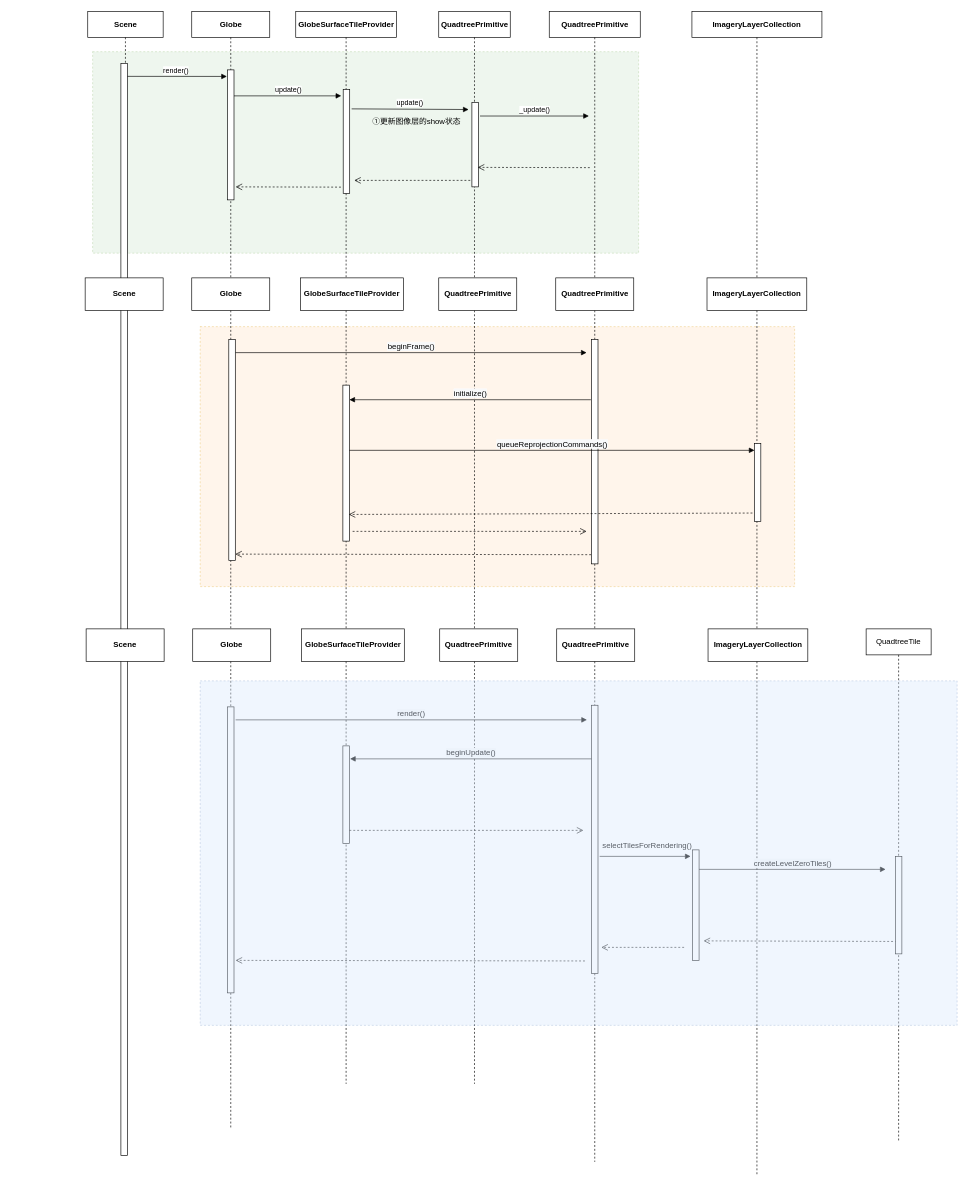
The draw.io diagram page "1)update" (1 of 4) of doc/栅格瓦片加载.drawio in GIS-youxia/cesium-demo-3, before the edit. Source tidied: cells renumbered, new cells numbered last; positions are measured from the earlier drawing's top-left corner, leaving out a move shared by most shapes. Both pictures are drawn from the tidied source at 65%, with x=0, y=0 at pixel (84, 11).
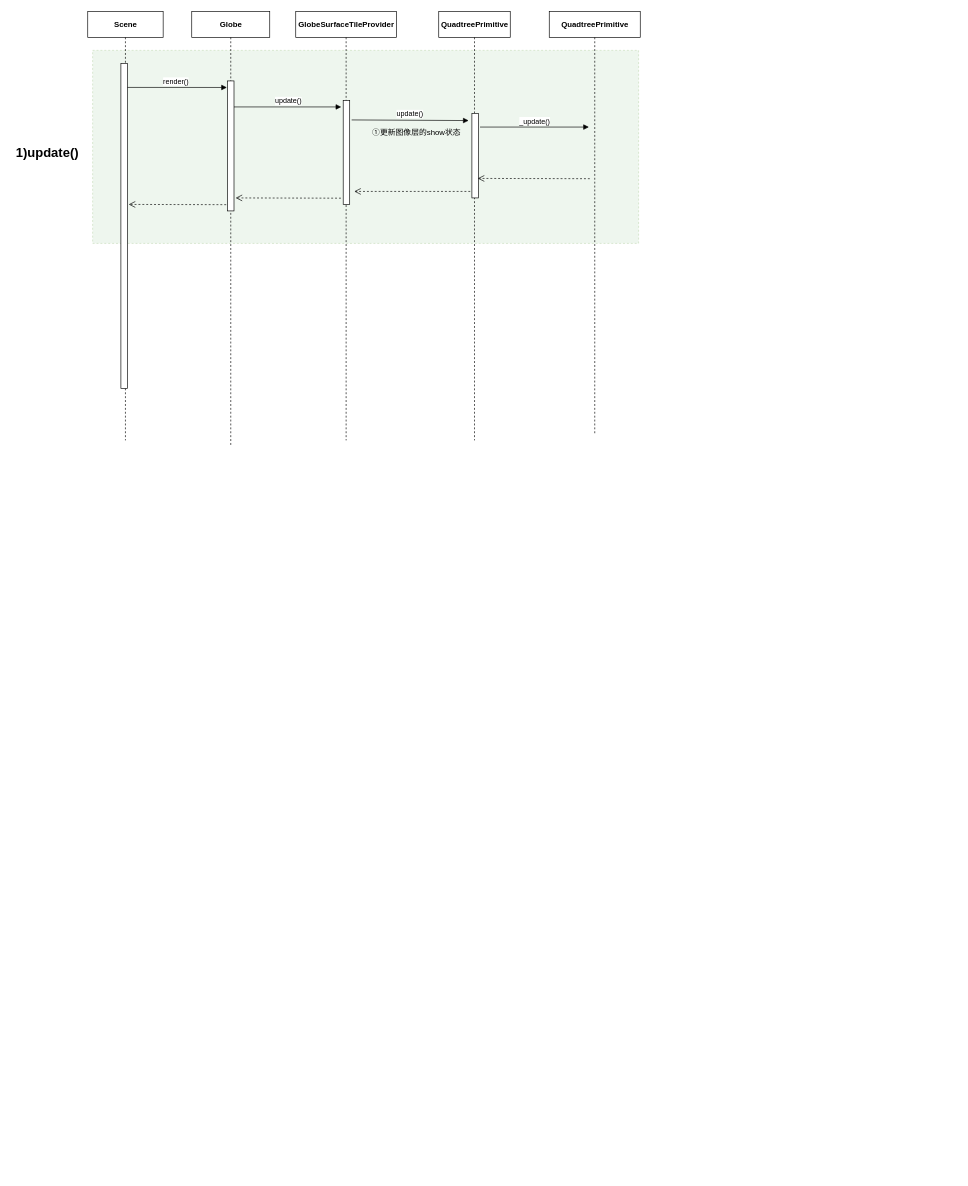
Above is the later version.

What changed in the source:
```diff
@@
-    <mxCell id="2" style="rounded=0;whiteSpace=wrap;html=1;labelBackgroundColor=none;labelBorderColor=none;fillColor=#ffe6cc;dashed=1;strokeColor=#d79b00;opacity=40;" parent="1" vertex="1">
-      <mxGeometry x="177.5" y="485" width="914.5" height="400" as="geometry" />
-    </mxCell>
     <mxCell id="3" style="rounded=0;whiteSpace=wrap;html=1;labelBackgroundColor=none;labelBorderColor=none;fillColor=#d5e8d4;dashed=1;strokeColor=#82b366;opacity=40;" parent="1" vertex="1">
-      <mxGeometry x="12" y="62" width="840" height="310" as="geometry" />
+      <mxGeometry x="12" y="60" width="840" height="297" as="geometry" />
     </mxCell>
     <mxCell id="4" value="render()" style="html=1;verticalAlign=bottom;endArrow=block;rounded=0;entryX=0.267;entryY=0.123;entryDx=0;entryDy=0;entryPerimeter=0;" parent="1" edge="1">
       <mxGeometry relative="1" as="geometry">
-        <mxPoint x="61.5" y="100" as="sourcePoint" />
-        <mxPoint x="218.6" y="100.1" as="targetPoint" />
+        <mxPoint x="61.5" y="117" as="sourcePoint" />
+        <mxPoint x="218.6" y="117.1" as="targetPoint" />
       </mxGeometry>
     </mxCell>
     <mxCell id="5" value="Scene" style="shape=umlLifeline;perimeter=lifelinePerimeter;whiteSpace=wrap;html=1;strokeWidth=1;fontStyle=1;" parent="1" vertex="1">
-      <mxGeometry x="4.5" width="116" height="1760" as="geometry" />
+      <mxGeometry x="4.5" width="116" height="660" as="geometry" />
     </mxCell>
     <mxCell id="6" style="html=1;perimeter=orthogonalPerimeter;" parent="5" vertex="1">
-      <mxGeometry x="51" y="80" width="10" height="1680" as="geometry" />
+      <mxGeometry x="51" y="80" width="10" height="500" as="geometry" />
     </mxCell>
-    <mxCell id="7" value="&lt;span style=&quot;font-weight: 700;&quot;&gt;Scene&lt;/span&gt;" style="rounded=0;whiteSpace=wrap;html=1;labelBackgroundColor=none;labelBorderColor=none;fontColor=#000000;strokeColor=#000000;strokeWidth=1;fillColor=#FFFFFF;" parent="5" vertex="1">
-      <mxGeometry x="-4" y="410" width="120" height="50" as="geometry" />
-    </mxCell>
+    <mxCell id="60" style="html=1;verticalAlign=bottom;endArrow=open;dashed=1;endSize=8;rounded=0;exitX=-0.05;exitY=0.924;exitDx=0;exitDy=0;exitPerimeter=0;" parent="5" edge="1">
+      <mxGeometry relative="1" as="geometry">
+        <mxPoint x="225" y="297.4" as="sourcePoint" />
+        <mxPoint x="63" y="297" as="targetPoint" />
+      </mxGeometry>
+    </mxCell>
     <mxCell id="8" value="update()" style="html=1;verticalAlign=bottom;endArrow=block;rounded=0;" parent="1" edge="1" source="10">
       <mxGeometry relative="1" as="geometry">
-        <mxPoint x="394.5" y="130" as="targetPoint" />
+        <mxPoint x="394.5" y="147" as="targetPoint" />
       </mxGeometry>
     </mxCell>
     <mxCell id="9" value="Globe" style="shape=umlLifeline;perimeter=lifelinePerimeter;whiteSpace=wrap;html=1;fontStyle=1;" parent="1" vertex="1">
-      <mxGeometry x="164.5" width="120" height="1720" as="geometry" />
+      <mxGeometry x="164.5" width="120" height="670" as="geometry" />
     </mxCell>
     <mxCell id="10" style="html=1;points=[];perimeter=orthogonalPerimeter;" parent="9" vertex="1">
-      <mxGeometry x="55" y="90" width="10" height="200" as="geometry" />
+      <mxGeometry x="55" y="107" width="10" height="200" as="geometry" />
     </mxCell>
-    <mxCell id="11" value="&lt;span style=&quot;font-weight: 700;&quot;&gt;Globe&lt;/span&gt;" style="rounded=0;whiteSpace=wrap;html=1;labelBackgroundColor=none;labelBorderColor=none;fontColor=#000000;strokeColor=#000000;strokeWidth=1;fillColor=#FFFFFF;" parent="9" vertex="1">
-      <mxGeometry y="410" width="120" height="50" as="geometry" />
-    </mxCell>
-    <mxCell id="12" style="html=1;perimeter=orthogonalPerimeter;" parent="9" vertex="1">
-      <mxGeometry x="55" y="1070" width="10" height="440" as="geometry" />
-    </mxCell>
     <mxCell id="13" value="GlobeSurfaceTileProvider" style="shape=umlLifeline;perimeter=lifelinePerimeter;whiteSpace=wrap;html=1;labelBackgroundColor=none;labelBorderColor=none;align=center;size=40;fontStyle=1;" parent="1" vertex="1">
-      <mxGeometry x="324.5" width="155" height="1650" as="geometry" />
+      <mxGeometry x="324.5" width="155" height="660" as="geometry" />
     </mxCell>
     <mxCell id="14" style="html=1;perimeter=orthogonalPerimeter;" parent="13" vertex="1">
-      <mxGeometry x="73" y="120" width="10" height="160" as="geometry" />
+      <mxGeometry x="73" y="137" width="10" height="160" as="geometry" />
     </mxCell>
-    <mxCell id="15" style="html=1;verticalAlign=bottom;endArrow=open;dashed=1;endSize=8;rounded=0;" parent="13" edge="1" source="21">
+    <mxCell id="15" style="html=1;verticalAlign=bottom;endArrow=open;dashed=1;endSize=8;rounded=0;" parent="13" edge="1">
       <mxGeometry relative="1" as="geometry">
-        <mxPoint x="90" y="260" as="targetPoint" />
+        <mxPoint x="274.5" y="277" as="sourcePoint" />
+        <mxPoint x="90" y="277" as="targetPoint" />
       </mxGeometry>
     </mxCell>
-    <mxCell id="16" value="&lt;span style=&quot;font-weight: 700;&quot;&gt;GlobeSurfaceTileProvider&lt;/span&gt;" style="rounded=0;whiteSpace=wrap;html=1;labelBackgroundColor=none;labelBorderColor=none;fontColor=#000000;strokeColor=#000000;strokeWidth=1;fillColor=#FFFFFF;" parent="13" vertex="1">
-      <mxGeometry x="7.5" y="410" width="158" height="50" as="geometry" />
-    </mxCell>
-    <mxCell id="17" value="&lt;span style=&quot;font-size: 12px; text-align: left; background-color: rgb(248, 249, 250);&quot;&gt;render()&lt;/span&gt;" style="html=1;verticalAlign=bottom;endArrow=block;rounded=0;" parent="13" edge="1">
-      <mxGeometry relative="1" as="geometry">
-        <mxPoint x="-92.5" y="1090" as="sourcePoint" />
-        <mxPoint x="448" y="1090" as="targetPoint" />
-      </mxGeometry>
-    </mxCell>
-    <mxCell id="18" style="html=1;perimeter=orthogonalPerimeter;" parent="13" vertex="1">
-      <mxGeometry x="72.5" y="1130" width="10" height="150" as="geometry" />
-    </mxCell>
     <mxCell id="19" value="update()" style="html=1;verticalAlign=bottom;endArrow=block;rounded=0;fontColor=#000000;" parent="1" edge="1">
       <mxGeometry relative="1" as="geometry">
-        <mxPoint x="410.5" y="150" as="sourcePoint" />
-        <mxPoint x="590.5" y="151" as="targetPoint" />
+        <mxPoint x="410.5" y="167" as="sourcePoint" />
+        <mxPoint x="590.5" y="168" as="targetPoint" />
       </mxGeometry>
     </mxCell>
     <mxCell id="20" value="&lt;span style=&quot;text-align: left;&quot;&gt;①更新图像层的show状态&lt;/span&gt;" style="text;html=1;align=center;verticalAlign=middle;strokeColor=none;fillColor=none;fontColor=#000000;" parent="1" vertex="1">
-      <mxGeometry x="434.5" y="160" width="150" height="20" as="geometry" />
+      <mxGeometry x="434.5" y="177" width="150" height="20" as="geometry" />
     </mxCell>
     <mxCell id="21" value="&lt;span style=&quot;text-align: left;&quot;&gt;QuadtreePrimitive&lt;/span&gt;" style="shape=umlLifeline;perimeter=lifelinePerimeter;whiteSpace=wrap;html=1;outlineConnect=0;labelBackgroundColor=none;labelBorderColor=none;fontColor=#000000;fontStyle=1;" parent="1" vertex="1">
-      <mxGeometry x="544.5" width="110" height="1650" as="geometry" />
+      <mxGeometry x="544.5" width="110" height="660" as="geometry" />
     </mxCell>
     <mxCell id="22" style="html=1;perimeter=orthogonalPerimeter;" parent="21" vertex="1">
-      <mxGeometry x="51" y="140" width="10" height="130" as="geometry" />
+      <mxGeometry x="51" y="157" width="10" height="130" as="geometry" />
     </mxCell>
     <mxCell id="23" value="_update()" style="html=1;verticalAlign=bottom;endArrow=block;rounded=0;fontColor=#000000;" parent="21" edge="1">
       <mxGeometry relative="1" as="geometry">
-        <mxPoint x="63.5" y="161" as="sourcePoint" />
-        <mxPoint x="231" y="161" as="targetPoint" />
+        <mxPoint x="63.5" y="178" as="sourcePoint" />
+        <mxPoint x="231" y="178" as="targetPoint" />
       </mxGeometry>
     </mxCell>
     <mxCell id="24" style="html=1;verticalAlign=bottom;endArrow=open;dashed=1;endSize=8;rounded=0;exitX=-0.05;exitY=0.924;exitDx=0;exitDy=0;exitPerimeter=0;" parent="21" edge="1">
       <mxGeometry relative="1" as="geometry">
-        <mxPoint x="232.4" y="240.4" as="sourcePoint" />
-        <mxPoint x="60" y="240" as="targetPoint" />
+        <mxPoint x="232.4" y="257.4" as="sourcePoint" />
+        <mxPoint x="60" y="257" as="targetPoint" />
       </mxGeometry>
     </mxCell>
-    <mxCell id="25" value="&lt;span style=&quot;font-weight: 700; text-align: left;&quot;&gt;QuadtreePrimitive&lt;/span&gt;" style="rounded=0;whiteSpace=wrap;html=1;labelBackgroundColor=none;labelBorderColor=none;fontColor=#000000;strokeColor=#000000;strokeWidth=1;fillColor=#FFFFFF;" parent="21" vertex="1">
-      <mxGeometry y="410" width="120" height="50" as="geometry" />
-    </mxCell>
-    <mxCell id="26" style="html=1;verticalAlign=bottom;endArrow=open;dashed=1;endSize=8;rounded=0;exitX=-0.06;exitY=0.959;exitDx=0;exitDy=0;exitPerimeter=0;" parent="21" edge="1">
-      <mxGeometry relative="1" as="geometry">
-        <mxPoint x="224.9" y="1460.9" as="sourcePoint" />
-        <mxPoint x="-312.5" y="1460" as="targetPoint" />
-      </mxGeometry>
-    </mxCell>
-    <mxCell id="27" value="&lt;span style=&quot;text-align: left;&quot;&gt;ImageryLayerCollection&lt;/span&gt;" style="shape=umlLifeline;perimeter=lifelinePerimeter;whiteSpace=wrap;html=1;labelBackgroundColor=none;labelBorderColor=none;fontColor=#000000;fontStyle=1;" parent="1" vertex="1">
-      <mxGeometry x="934" width="200" height="1790" as="geometry" />
-    </mxCell>
-    <mxCell id="28" value="&lt;span style=&quot;font-weight: 700; text-align: left;&quot;&gt;ImageryLayerCollection&lt;/span&gt;" style="rounded=0;whiteSpace=wrap;html=1;labelBackgroundColor=none;labelBorderColor=none;fontColor=#000000;strokeColor=#000000;strokeWidth=1;fillColor=#FFFFFF;" parent="27" vertex="1">
-      <mxGeometry x="23.2" y="410" width="153.5" height="50" as="geometry" />
-    </mxCell>
-    <mxCell id="29" style="html=1;points=[];perimeter=orthogonalPerimeter;" parent="27" vertex="1">
-      <mxGeometry x="96" y="665" width="10" height="120" as="geometry" />
-    </mxCell>
-    <mxCell id="30" style="html=1;verticalAlign=bottom;endArrow=block;rounded=0;" parent="27" edge="1">
-      <mxGeometry relative="1" as="geometry">
-        <mxPoint x="-142" y="1300" as="sourcePoint" />
-        <mxPoint x="-2" y="1300" as="targetPoint" />
-      </mxGeometry>
-    </mxCell>
-    <mxCell id="31" style="html=1;perimeter=orthogonalPerimeter;" parent="27" vertex="1">
-      <mxGeometry x="1" y="1290" width="10" height="170" as="geometry" />
-    </mxCell>
-    <mxCell id="32" style="html=1;verticalAlign=bottom;endArrow=open;dashed=1;endSize=8;rounded=0;exitX=-0.06;exitY=0.959;exitDx=0;exitDy=0;exitPerimeter=0;" parent="27" edge="1">
-      <mxGeometry relative="1" as="geometry">
-        <mxPoint x="315.4" y="1430.9" as="sourcePoint" />
-        <mxPoint x="18" y="1430" as="targetPoint" />
-      </mxGeometry>
-    </mxCell>
     <mxCell id="33" style="html=1;verticalAlign=bottom;endArrow=open;dashed=1;endSize=8;rounded=0;exitX=-0.05;exitY=0.924;exitDx=0;exitDy=0;exitPerimeter=0;" parent="1" edge="1">
       <mxGeometry relative="1" as="geometry">
-        <mxPoint x="394" y="270.4" as="sourcePoint" />
-        <mxPoint x="232" y="270" as="targetPoint" />
+        <mxPoint x="394" y="287.4" as="sourcePoint" />
+        <mxPoint x="232" y="287" as="targetPoint" />
       </mxGeometry>
     </mxCell>
     <mxCell id="34" value="&lt;span style=&quot;text-align: left;&quot;&gt;QuadtreePrimitive&lt;/span&gt;" style="shape=umlLifeline;perimeter=lifelinePerimeter;whiteSpace=wrap;html=1;labelBackgroundColor=none;labelBorderColor=none;fontColor=#000000;fontStyle=1;" parent="1" vertex="1">
-      <mxGeometry x="714.5" width="140" height="1770" as="geometry" />
+      <mxGeometry x="714.5" width="140" height="650" as="geometry" />
     </mxCell>
-    <mxCell id="35" value="&lt;span style=&quot;font-weight: 700; text-align: left;&quot;&gt;QuadtreePrimitive&lt;/span&gt;" style="rounded=0;whiteSpace=wrap;html=1;labelBackgroundColor=none;labelBorderColor=none;fontColor=#000000;strokeColor=#000000;strokeWidth=1;fillColor=#FFFFFF;" parent="34" vertex="1">
-      <mxGeometry x="10" y="410" width="120" height="50" as="geometry" />
-    </mxCell>
-    <mxCell id="36" style="html=1;perimeter=orthogonalPerimeter;" parent="34" vertex="1">
-      <mxGeometry x="65" y="1067.5" width="10" height="412.5" as="geometry" />
-    </mxCell>
-    <mxCell id="37" style="html=1;points=[];perimeter=orthogonalPerimeter;" parent="1" vertex="1">
-      <mxGeometry x="397" y="575" width="10" height="240" as="geometry" />
-    </mxCell>
-    <mxCell id="38" style="html=1;verticalAlign=bottom;endArrow=open;dashed=1;endSize=8;rounded=0;exitX=-0.06;exitY=0.959;exitDx=0;exitDy=0;exitPerimeter=0;" parent="1" edge="1" source="39">
-      <mxGeometry relative="1" as="geometry">
-        <mxPoint x="231.5" y="835" as="targetPoint" />
-      </mxGeometry>
-    </mxCell>
-    <mxCell id="39" style="html=1;points=[];perimeter=orthogonalPerimeter;" parent="1" vertex="1">
-      <mxGeometry x="779.5" y="505" width="10" height="345" as="geometry" />
-    </mxCell>
-    <mxCell id="40" value="&lt;span style=&quot;font-size: 12px; text-align: left; background-color: rgb(248, 249, 250);&quot;&gt;initialize()&lt;/span&gt;" style="html=1;verticalAlign=bottom;endArrow=block;rounded=0;exitX=-0.1;exitY=0.268;exitDx=0;exitDy=0;exitPerimeter=0;" parent="1" edge="1" source="39" target="37">
-      <mxGeometry relative="1" as="geometry" />
-    </mxCell>
-    <mxCell id="41" value="&lt;span style=&quot;font-size: 12px; text-align: left; background-color: rgb(248, 249, 250);&quot;&gt;beginFrame()&lt;/span&gt;" style="html=1;verticalAlign=bottom;endArrow=block;rounded=0;" parent="1" edge="1" source="45">
-      <mxGeometry relative="1" as="geometry">
-        <mxPoint x="772" y="525" as="targetPoint" />
-      </mxGeometry>
-    </mxCell>
-    <mxCell id="42" value="&lt;span style=&quot;font-size: 12px; text-align: left; background-color: rgb(248, 249, 250);&quot;&gt;queueReprojectionCommands()&lt;/span&gt;" style="html=1;verticalAlign=bottom;endArrow=block;rounded=0;entryX=0.029;entryY=0.086;entryDx=0;entryDy=0;entryPerimeter=0;" parent="1" edge="1" source="37" target="29">
-      <mxGeometry relative="1" as="geometry" />
-    </mxCell>
-    <mxCell id="43" style="html=1;verticalAlign=bottom;endArrow=open;dashed=1;endSize=8;rounded=0;exitX=-0.289;exitY=0.89;exitDx=0;exitDy=0;exitPerimeter=0;entryX=0.9;entryY=0.829;entryDx=0;entryDy=0;entryPerimeter=0;" parent="1" edge="1" source="29" target="37">
-      <mxGeometry relative="1" as="geometry" />
-    </mxCell>
-    <mxCell id="44" style="html=1;verticalAlign=bottom;endArrow=open;dashed=1;endSize=8;rounded=0;" parent="1" edge="1">
-      <mxGeometry relative="1" as="geometry">
-        <mxPoint x="412" y="800" as="sourcePoint" />
-        <mxPoint x="772" y="800" as="targetPoint" />
-      </mxGeometry>
-    </mxCell>
-    <mxCell id="45" style="html=1;points=[];perimeter=orthogonalPerimeter;" parent="1" vertex="1">
-      <mxGeometry x="221.5" y="505" width="10" height="340" as="geometry" />
-    </mxCell>
-    <mxCell id="46" value="&lt;span style=&quot;font-weight: 700;&quot;&gt;Scene&lt;/span&gt;" style="rounded=0;whiteSpace=wrap;html=1;labelBackgroundColor=none;labelBorderColor=none;fontColor=#000000;strokeColor=#000000;strokeWidth=1;fillColor=#FFFFFF;" parent="1" vertex="1">
-      <mxGeometry x="2" y="950" width="120" height="50" as="geometry" />
-    </mxCell>
-    <mxCell id="47" value="&lt;span style=&quot;font-weight: 700;&quot;&gt;Globe&lt;/span&gt;" style="rounded=0;whiteSpace=wrap;html=1;labelBackgroundColor=none;labelBorderColor=none;fontColor=#000000;strokeColor=#000000;strokeWidth=1;fillColor=#FFFFFF;" parent="1" vertex="1">
-      <mxGeometry x="166" y="950" width="120" height="50" as="geometry" />
-    </mxCell>
-    <mxCell id="48" value="&lt;span style=&quot;font-weight: 700;&quot;&gt;GlobeSurfaceTileProvider&lt;/span&gt;" style="rounded=0;whiteSpace=wrap;html=1;labelBackgroundColor=none;labelBorderColor=none;fontColor=#000000;strokeColor=#000000;strokeWidth=1;fillColor=#FFFFFF;" parent="1" vertex="1">
-      <mxGeometry x="333.5" y="950" width="158" height="50" as="geometry" />
-    </mxCell>
-    <mxCell id="49" value="&lt;span style=&quot;font-weight: 700; text-align: left;&quot;&gt;QuadtreePrimitive&lt;/span&gt;" style="rounded=0;whiteSpace=wrap;html=1;labelBackgroundColor=none;labelBorderColor=none;fontColor=#000000;strokeColor=#000000;strokeWidth=1;fillColor=#FFFFFF;" parent="1" vertex="1">
-      <mxGeometry x="546" y="950" width="120" height="50" as="geometry" />
-    </mxCell>
-    <mxCell id="50" value="&lt;span style=&quot;font-weight: 700; text-align: left;&quot;&gt;ImageryLayerCollection&lt;/span&gt;" style="rounded=0;whiteSpace=wrap;html=1;labelBackgroundColor=none;labelBorderColor=none;fontColor=#000000;strokeColor=#000000;strokeWidth=1;fillColor=#FFFFFF;" parent="1" vertex="1">
-      <mxGeometry x="958.8" y="950" width="153.5" height="50" as="geometry" />
-    </mxCell>
-    <mxCell id="51" value="&lt;span style=&quot;font-weight: 700; text-align: left;&quot;&gt;QuadtreePrimitive&lt;/span&gt;" style="rounded=0;whiteSpace=wrap;html=1;labelBackgroundColor=none;labelBorderColor=none;fontColor=#000000;strokeColor=#000000;strokeWidth=1;fillColor=#FFFFFF;" parent="1" vertex="1">
-      <mxGeometry x="726" y="950" width="120" height="50" as="geometry" />
-    </mxCell>
-    <mxCell id="52" value="&lt;span style=&quot;font-size: 12px; text-align: left; background-color: rgb(248, 249, 250);&quot;&gt;beginUpdate()&lt;/span&gt;" style="html=1;verticalAlign=bottom;endArrow=block;rounded=0;exitX=-0.1;exitY=0.268;exitDx=0;exitDy=0;exitPerimeter=0;" parent="1" edge="1">
-      <mxGeometry relative="1" as="geometry">
-        <mxPoint x="779.5" y="1150" as="sourcePoint" />
-        <mxPoint x="408" y="1150" as="targetPoint" />
-      </mxGeometry>
-    </mxCell>
-    <mxCell id="53" style="html=1;verticalAlign=bottom;endArrow=open;dashed=1;endSize=8;rounded=0;" parent="1" edge="1">
-      <mxGeometry relative="1" as="geometry">
-        <mxPoint x="407" y="1260" as="sourcePoint" />
-        <mxPoint x="767" y="1260" as="targetPoint" />
-      </mxGeometry>
-    </mxCell>
-    <mxCell id="54" value="&lt;span style=&quot;text-align: left;&quot;&gt;selectTilesForRendering()&lt;/span&gt;" style="text;html=1;align=center;verticalAlign=middle;strokeColor=none;fillColor=none;fontColor=#000000;" parent="1" vertex="1">
-      <mxGeometry x="789.5" y="1274" width="150" height="20" as="geometry" />
-    </mxCell>
-    <mxCell id="55" value="&lt;span style=&quot;text-align: left;&quot;&gt;QuadtreeTile&lt;/span&gt;" style="shape=umlLifeline;perimeter=lifelinePerimeter;whiteSpace=wrap;html=1;labelBackgroundColor=none;labelBorderColor=none;fontColor=#000000;strokeColor=#000000;strokeWidth=1;fillColor=#FFFFFF;" parent="1" vertex="1">
-      <mxGeometry x="1202" y="950" width="100" height="790" as="geometry" />
-    </mxCell>
-    <mxCell id="56" value="&lt;span style=&quot;font-size: 12px; text-align: left; background-color: rgb(248, 249, 250);&quot;&gt;createLevelZeroTiles()&lt;/span&gt;" style="html=1;verticalAlign=bottom;endArrow=block;rounded=0;" parent="55" edge="1">
-      <mxGeometry relative="1" as="geometry">
-        <mxPoint x="-257" y="370" as="sourcePoint" />
-        <mxPoint x="30" y="370" as="targetPoint" />
-      </mxGeometry>
-    </mxCell>
-    <mxCell id="57" style="html=1;perimeter=orthogonalPerimeter;" parent="55" vertex="1">
-      <mxGeometry x="45" y="350" width="10" height="150" as="geometry" />
-    </mxCell>
-    <mxCell id="58" style="html=1;verticalAlign=bottom;endArrow=open;dashed=1;endSize=8;rounded=0;" parent="1" edge="1">
-      <mxGeometry relative="1" as="geometry">
-        <mxPoint x="922" y="1440" as="sourcePoint" />
-        <mxPoint x="794.6" y="1440" as="targetPoint" />
-      </mxGeometry>
-    </mxCell>
-    <mxCell id="59" style="rounded=0;whiteSpace=wrap;html=1;labelBackgroundColor=none;labelBorderColor=none;fillColor=#dae8fc;dashed=1;strokeColor=#6c8ebf;opacity=40;" parent="1" vertex="1">
-      <mxGeometry x="177.5" y="1030" width="1164.5" height="530" as="geometry" />
-    </mxCell>
+    <mxCell id="61" value="&lt;b&gt;&lt;font style=&quot;font-size: 20px;&quot;&gt;1)update()&lt;/font&gt;&lt;/b&gt;" style="text;html=1;align=center;verticalAlign=middle;strokeColor=none;fillColor=none;fontSize=19;" parent="1" vertex="1">
+      <mxGeometry x="-113" y="202" width="110" height="30" as="geometry" />
+    </mxCell>
```
